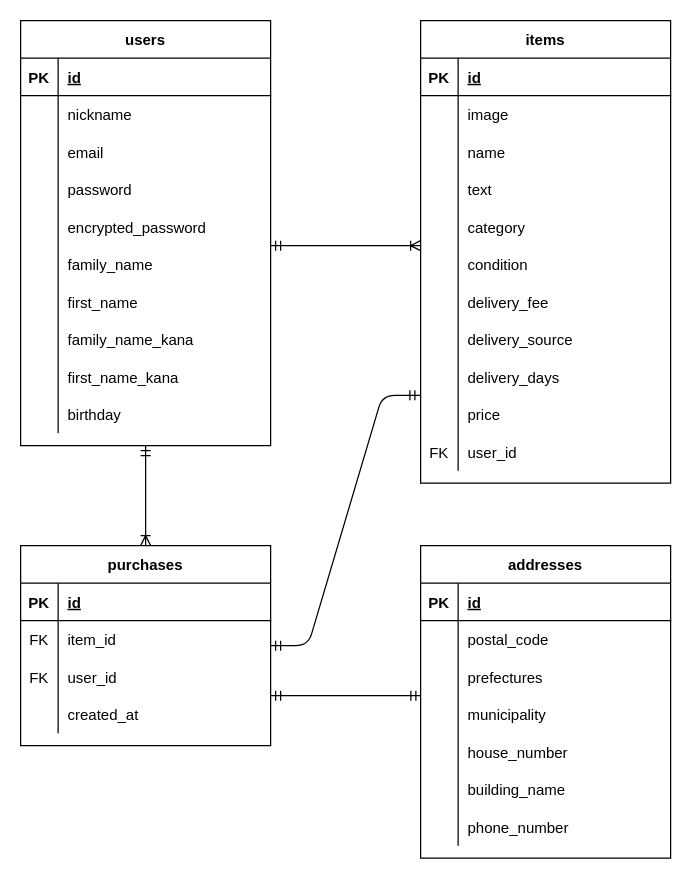
Earlier version of the draw.io diagram furima.dio (masa-snd/furima-30618). Source tidied: cells renumbered, new cells numbered last; positions are measured from the earlier drawing's top-left corner, leaving out a move shared by most shapes. Both pictures are drawn from the tidied source at 125%, with x=0, y=0 at pixel (20, 20).
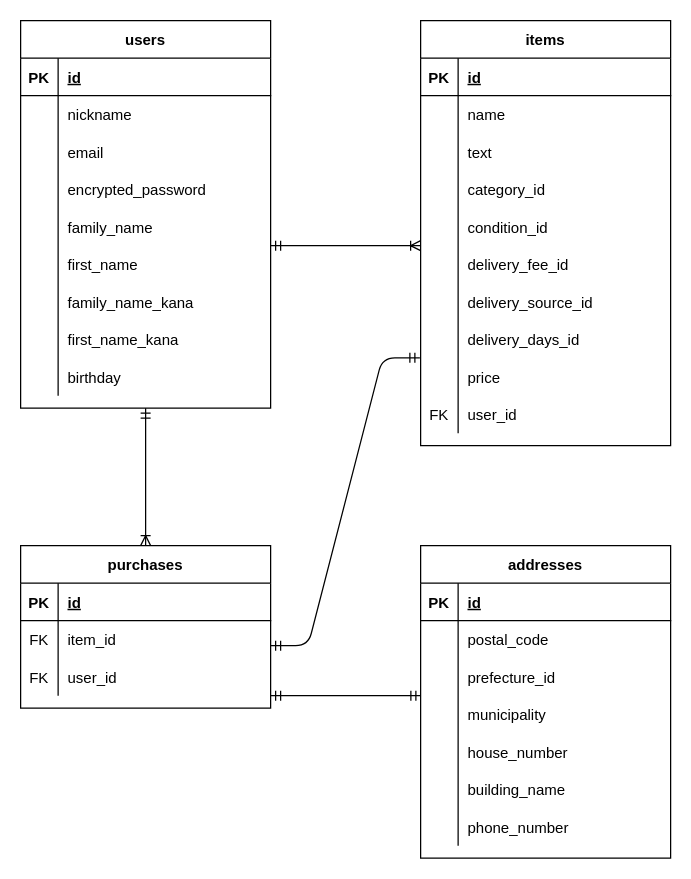
The same diagram, later.

The change refers to these unchanged cells:
```xml
<mxCell id="87" style="shape=partialRectangle;fillColor=none;top=0;left=0;bottom=0;right=0;" parent="80" vertex="1">
  <mxGeometry y="90" width="200" height="30" as="geometry" />
</mxCell>
```

Change to the diagram source:
```diff
@@
     <mxCell id="2" value="users" style="shape=table;startSize=30;childLayout=tableLayout;rowLines=0;fontStyle=1;align=center;" parent="1" vertex="1">
-      <mxGeometry width="200" height="340" as="geometry" />
+      <mxGeometry width="200" height="310" as="geometry" />
     </mxCell>
@@
-    <mxCell id="12" style="shape=partialRectangle;fillColor=none;top=0;left=0;bottom=0;right=0;" parent="2" vertex="1">
-      <mxGeometry y="120" width="200" height="30" as="geometry" />
-    </mxCell>
-    <mxCell id="13" style="shape=partialRectangle;fillColor=none;top=0;left=0;bottom=0;right=0;overflow=hidden;" parent="12" vertex="1">
-      <mxGeometry width="30" height="30" as="geometry" />
-    </mxCell>
-    <mxCell id="14" value="password" style="shape=partialRectangle;fillColor=none;top=0;left=0;bottom=0;right=0;align=left;spacingLeft=6;overflow=hidden;" parent="12" vertex="1">
-      <mxGeometry x="30" width="170" height="30" as="geometry" />
-    </mxCell>
     <mxCell id="15" style="shape=partialRectangle;fillColor=none;top=0;left=0;bottom=0;right=0;" parent="2" vertex="1">
-      <mxGeometry y="150" width="200" height="30" as="geometry" />
+      <mxGeometry y="120" width="200" height="30" as="geometry" />
     </mxCell>
@@
     <mxCell id="18" style="shape=partialRectangle;fillColor=none;top=0;left=0;bottom=0;right=0;" parent="2" vertex="1">
-      <mxGeometry y="180" width="200" height="30" as="geometry" />
+      <mxGeometry y="150" width="200" height="30" as="geometry" />
     </mxCell>
@@
     <mxCell id="21" style="shape=partialRectangle;fillColor=none;top=0;left=0;bottom=0;right=0;" parent="2" vertex="1">
-      <mxGeometry y="210" width="200" height="30" as="geometry" />
+      <mxGeometry y="180" width="200" height="30" as="geometry" />
     </mxCell>
@@
     <mxCell id="24" style="shape=partialRectangle;fillColor=none;top=0;left=0;bottom=0;right=0;" parent="2" vertex="1">
-      <mxGeometry y="240" width="200" height="30" as="geometry" />
+      <mxGeometry y="210" width="200" height="30" as="geometry" />
     </mxCell>
@@
     <mxCell id="27" style="shape=partialRectangle;fillColor=none;top=0;left=0;bottom=0;right=0;" parent="2" vertex="1">
-      <mxGeometry y="270" width="200" height="30" as="geometry" />
+      <mxGeometry y="240" width="200" height="30" as="geometry" />
     </mxCell>
@@
     <mxCell id="30" style="shape=partialRectangle;fillColor=none;top=0;left=0;bottom=0;right=0;" parent="2" vertex="1">
-      <mxGeometry y="300" width="200" height="30" as="geometry" />
+      <mxGeometry y="270" width="200" height="30" as="geometry" />
     </mxCell>
@@
     <mxCell id="33" value="items" style="shape=table;startSize=30;childLayout=tableLayout;rowLines=0;fontStyle=1;align=center;" parent="1" vertex="1">
-      <mxGeometry x="320" width="200" height="370" as="geometry" />
+      <mxGeometry x="320" width="200" height="340" as="geometry" />
     </mxCell>
@@
-    <mxCell id="37" style="shape=partialRectangle;fillColor=none;top=0;left=0;bottom=0;right=0;" parent="33" vertex="1">
-      <mxGeometry y="60" width="200" height="30" as="geometry" />
-    </mxCell>
-    <mxCell id="38" style="shape=partialRectangle;fillColor=none;top=0;left=0;bottom=0;right=0;overflow=hidden;" parent="37" vertex="1">
-      <mxGeometry width="30" height="30" as="geometry" />
-    </mxCell>
-    <mxCell id="39" value="image" style="shape=partialRectangle;fillColor=none;top=0;left=0;bottom=0;right=0;align=left;spacingLeft=6;overflow=hidden;" parent="37" vertex="1">
-      <mxGeometry x="30" width="170" height="30" as="geometry" />
-    </mxCell>
     <mxCell id="40" style="shape=partialRectangle;fillColor=none;top=0;left=0;bottom=0;right=0;" parent="33" vertex="1">
-      <mxGeometry y="90" width="200" height="30" as="geometry" />
+      <mxGeometry y="60" width="200" height="30" as="geometry" />
     </mxCell>
@@
     <mxCell id="43" style="shape=partialRectangle;fillColor=none;top=0;left=0;bottom=0;right=0;" parent="33" vertex="1">
-      <mxGeometry y="120" width="200" height="30" as="geometry" />
+      <mxGeometry y="90" width="200" height="30" as="geometry" />
     </mxCell>
@@
     <mxCell id="46" style="shape=partialRectangle;fillColor=none;top=0;left=0;bottom=0;right=0;" parent="33" vertex="1">
-      <mxGeometry y="150" width="200" height="30" as="geometry" />
+      <mxGeometry y="120" width="200" height="30" as="geometry" />
     </mxCell>
@@
-    <mxCell id="48" value="category" style="shape=partialRectangle;fillColor=none;top=0;left=0;bottom=0;right=0;align=left;spacingLeft=6;overflow=hidden;" parent="46" vertex="1">
+    <mxCell id="48" value="category_id" style="shape=partialRectangle;fillColor=none;top=0;left=0;bottom=0;right=0;align=left;spacingLeft=6;overflow=hidden;" parent="46" vertex="1">
       <mxGeometry x="30" width="170" height="30" as="geometry" />
     </mxCell>
     <mxCell id="49" style="shape=partialRectangle;fillColor=none;top=0;left=0;bottom=0;right=0;points=[[0,0.5],[1,0.5]];portConstraint=eastwest;" parent="33" vertex="1">
-      <mxGeometry y="180" width="200" height="30" as="geometry" />
+      <mxGeometry y="150" width="200" height="30" as="geometry" />
     </mxCell>
@@
-    <mxCell id="51" value="condition" style="shape=partialRectangle;fillColor=none;top=0;left=0;bottom=0;right=0;align=left;spacingLeft=6;overflow=hidden;" parent="49" vertex="1">
+    <mxCell id="51" value="condition_id" style="shape=partialRectangle;fillColor=none;top=0;left=0;bottom=0;right=0;align=left;spacingLeft=6;overflow=hidden;" parent="49" vertex="1">
       <mxGeometry x="30" width="170" height="30" as="geometry" />
     </mxCell>
     <mxCell id="52" style="shape=partialRectangle;fillColor=none;top=0;left=0;bottom=0;right=0;" parent="33" vertex="1">
-      <mxGeometry y="210" width="200" height="30" as="geometry" />
+      <mxGeometry y="180" width="200" height="30" as="geometry" />
     </mxCell>
@@
-    <mxCell id="54" value="delivery_fee" style="shape=partialRectangle;fillColor=none;top=0;left=0;bottom=0;right=0;align=left;spacingLeft=6;overflow=hidden;" parent="52" vertex="1">
+    <mxCell id="54" value="delivery_fee_id" style="shape=partialRectangle;fillColor=none;top=0;left=0;bottom=0;right=0;align=left;spacingLeft=6;overflow=hidden;" parent="52" vertex="1">
       <mxGeometry x="30" width="170" height="30" as="geometry" />
     </mxCell>
     <mxCell id="55" style="shape=partialRectangle;fillColor=none;top=0;left=0;bottom=0;right=0;" parent="33" vertex="1">
-      <mxGeometry y="240" width="200" height="30" as="geometry" />
+      <mxGeometry y="210" width="200" height="30" as="geometry" />
     </mxCell>
@@
-    <mxCell id="57" value="delivery_source" style="shape=partialRectangle;fillColor=none;top=0;left=0;bottom=0;right=0;align=left;spacingLeft=6;overflow=hidden;" parent="55" vertex="1">
+    <mxCell id="57" value="delivery_source_id" style="shape=partialRectangle;fillColor=none;top=0;left=0;bottom=0;right=0;align=left;spacingLeft=6;overflow=hidden;" parent="55" vertex="1">
       <mxGeometry x="30" width="170" height="30" as="geometry" />
     </mxCell>
     <mxCell id="58" style="shape=partialRectangle;fillColor=none;top=0;left=0;bottom=0;right=0;" parent="33" vertex="1">
-      <mxGeometry y="270" width="200" height="30" as="geometry" />
+      <mxGeometry y="240" width="200" height="30" as="geometry" />
     </mxCell>
@@
-    <mxCell id="60" value="delivery_days" style="shape=partialRectangle;fillColor=none;top=0;left=0;bottom=0;right=0;align=left;spacingLeft=6;overflow=hidden;" parent="58" vertex="1">
+    <mxCell id="60" value="delivery_days_id" style="shape=partialRectangle;fillColor=none;top=0;left=0;bottom=0;right=0;align=left;spacingLeft=6;overflow=hidden;" parent="58" vertex="1">
       <mxGeometry x="30" width="170" height="30" as="geometry" />
     </mxCell>
     <mxCell id="61" style="shape=partialRectangle;fillColor=none;top=0;left=0;bottom=0;right=0;points=[[0,0.5],[1,0.5]];portConstraint=eastwest;" parent="33" vertex="1">
-      <mxGeometry y="300" width="200" height="30" as="geometry" />
+      <mxGeometry y="270" width="200" height="30" as="geometry" />
     </mxCell>
@@
     <mxCell id="64" style="shape=partialRectangle;fillColor=none;top=0;left=0;bottom=0;right=0;" parent="33" vertex="1">
-      <mxGeometry y="330" width="200" height="30" as="geometry" />
+      <mxGeometry y="300" width="200" height="30" as="geometry" />
     </mxCell>
@@
     <mxCell id="67" value="purchases" style="shape=table;startSize=30;childLayout=tableLayout;rowLines=0;fontStyle=1;align=center;" parent="1" vertex="1">
-      <mxGeometry y="420" width="200" height="160" as="geometry" />
+      <mxGeometry y="420" width="200" height="130" as="geometry" />
     </mxCell>
@@
-    <mxCell id="77" style="shape=partialRectangle;fillColor=none;top=0;left=0;bottom=0;right=0;" parent="67" vertex="1">
-      <mxGeometry y="120" width="200" height="30" as="geometry" />
-    </mxCell>
-    <mxCell id="78" style="shape=partialRectangle;fillColor=none;top=0;left=0;bottom=0;right=0;overflow=hidden;" parent="77" vertex="1">
-      <mxGeometry width="30" height="30" as="geometry" />
-    </mxCell>
-    <mxCell id="79" value="created_at" style="shape=partialRectangle;fillColor=none;top=0;left=0;bottom=0;right=0;align=left;spacingLeft=6;overflow=hidden;" parent="77" vertex="1">
-      <mxGeometry x="30" width="170" height="30" as="geometry" />
-    </mxCell>
@@
-    <mxCell id="89" value="prefectures" style="shape=partialRectangle;fillColor=none;top=0;left=0;bottom=0;right=0;align=left;spacingLeft=6;overflow=hidden;" parent="87" vertex="1">
+    <mxCell id="89" value="prefecture_id" style="shape=partialRectangle;fillColor=none;top=0;left=0;bottom=0;right=0;align=left;spacingLeft=6;overflow=hidden;" parent="87" vertex="1">
       <mxGeometry x="30" width="170" height="30" as="geometry" />
     </mxCell>
@@
-    <mxCell id="104" style="edgeStyle=entityRelationEdgeStyle;fontSize=12;html=1;endArrow=ERoneToMany;startArrow=ERmandOne;entryX=0;entryY=0;entryDx=0;entryDy=0;entryPerimeter=0;" parent="1" edge="1" target="49">
+    <mxCell id="104" style="edgeStyle=entityRelationEdgeStyle;fontSize=12;html=1;endArrow=ERoneToMany;startArrow=ERmandOne;" parent="1" edge="1">
       <mxGeometry relative="1" as="geometry">
         <mxPoint x="200" y="180" as="sourcePoint" />
+        <mxPoint x="320" y="180" as="targetPoint" />
       </mxGeometry>
     </mxCell>
```
